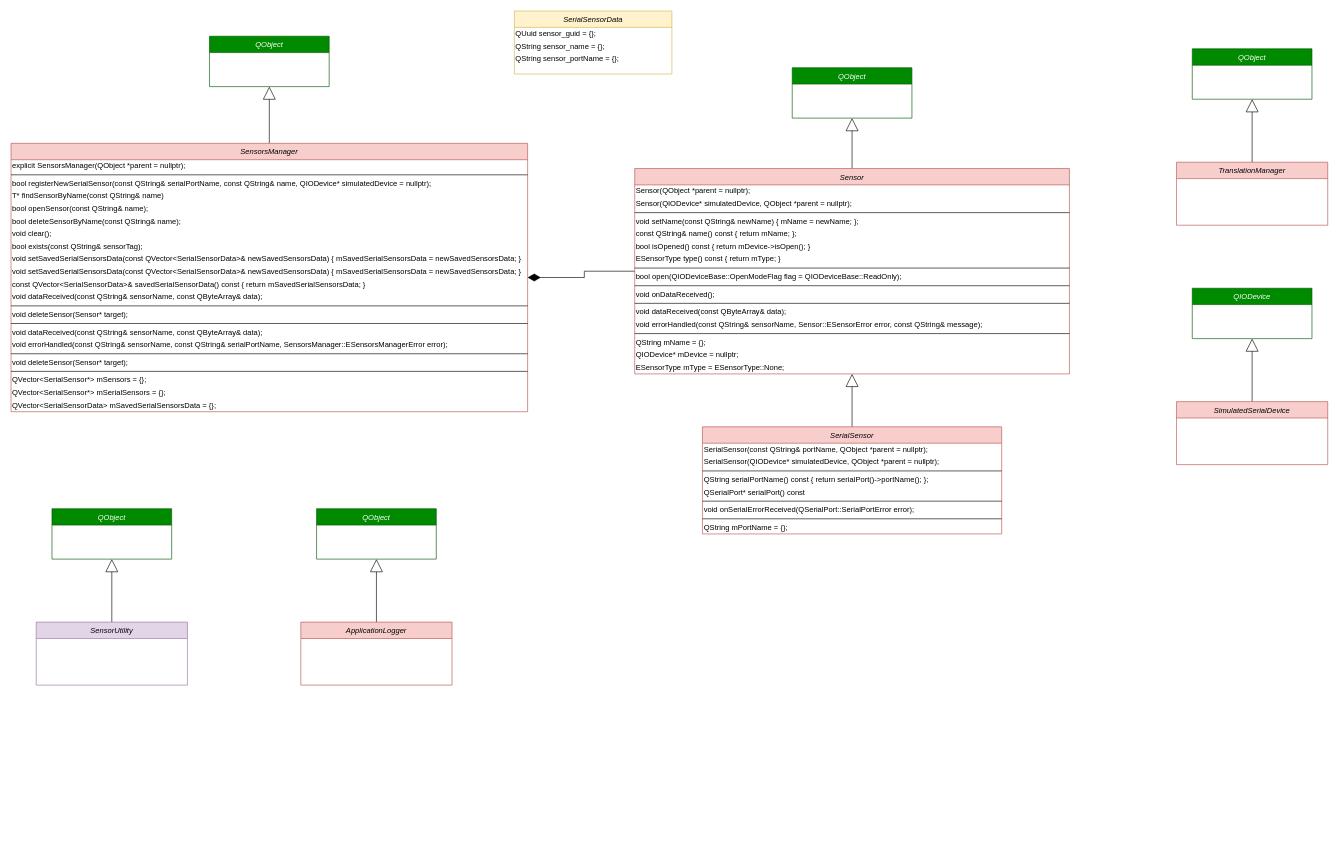
Earlier version of the draw.io diagram Doc/UML/Back.drawio (Unreal34/SensorMonitor). Source tidied: cells renumbered, new cells numbered last; positions are measured from the earlier drawing's top-left corner, leaving out a move shared by most shapes. Both pictures are drawn from the tidied source at 63%, with x=0, y=0 at pixel (11, 11).
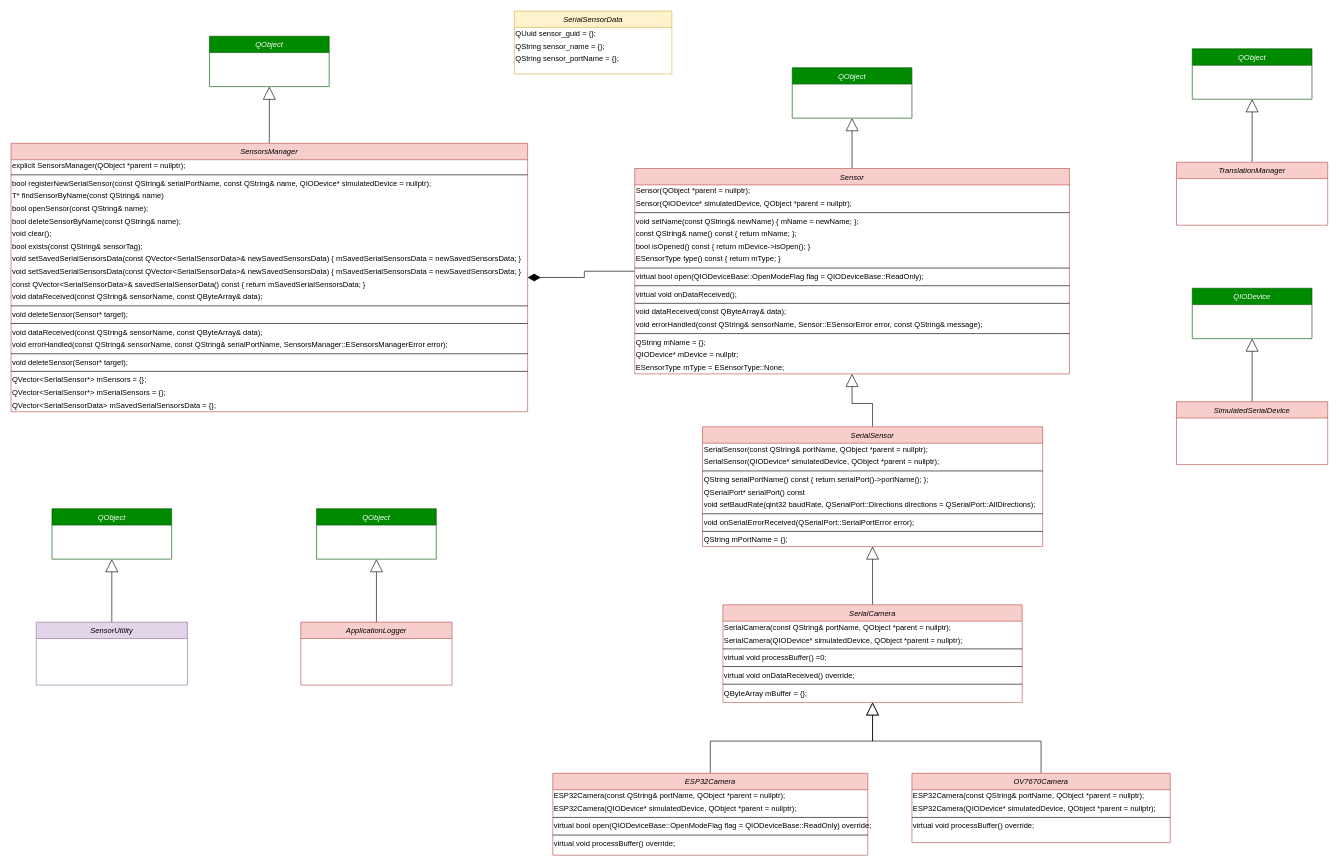
The same page after the edit.

Commit message (it also covers changes not shown here):
Fixed reset bug on ESP32Camera.

Unchanged cells that the change refers to:
```xml
<mxCell id="46" value="Sensor" style="swimlane;fontStyle=2;align=center;verticalAlign=top;horizontal=1;startSize=26;rounded=0;shadow=0;strokeWidth=1;fillColor=#f8cecc;strokeColor=#b85450;" parent="1" vertex="1">
  <mxGeometry x="990" y="250" width="690" height="326" as="geometry" />
</mxCell>
```

What changed in the source:
```diff
@@
-    <mxCell id="55" value="bool open(QIODeviceBase::OpenModeFlag flag = QIODeviceBase::ReadOnly);" style="text;html=1;align=left;verticalAlign=middle;strokeColor=none;fillColor=none;" parent="46" vertex="1">
+    <mxCell id="55" value="virtual bool open(QIODeviceBase::OpenModeFlag flag = QIODeviceBase::ReadOnly);" style="text;html=1;align=left;verticalAlign=middle;strokeColor=none;fillColor=none;" parent="46" vertex="1">
       <mxGeometry y="162" width="690" height="20" as="geometry" />
     </mxCell>
@@
-    <mxCell id="57" value="void onDataReceived();" style="text;html=1;align=left;verticalAlign=middle;strokeColor=none;fillColor=none;" parent="46" vertex="1">
+    <mxCell id="57" value="virtual void onDataReceived();" style="text;html=1;align=left;verticalAlign=middle;strokeColor=none;fillColor=none;" parent="46" vertex="1">
       <mxGeometry y="190" width="690" height="20" as="geometry" />
     </mxCell>
@@
     <mxCell id="67" value="SerialSensor" style="swimlane;fontStyle=2;align=center;verticalAlign=top;horizontal=1;startSize=26;rounded=0;shadow=0;strokeWidth=1;fillColor=#f8cecc;strokeColor=#b85450;" parent="1" vertex="1">
-      <mxGeometry x="1097.5" y="660" width="475" height="170" as="geometry" />
+      <mxGeometry x="1097.5" y="660" width="540" height="190" as="geometry" />
     </mxCell>
     <mxCell id="68" value="SerialSensor(const QString&amp;amp; portName, QObject *parent = nullptr);" style="text;html=1;align=left;verticalAlign=middle;strokeColor=none;fillColor=none;" parent="67" vertex="1">
-      <mxGeometry y="26" width="475" height="20" as="geometry" />
+      <mxGeometry y="26" width="540" height="20" as="geometry" />
     </mxCell>
     <mxCell id="69" value="SerialSensor(QIODevice* simulatedDevice, QObject *parent = nullptr);" style="text;html=1;align=left;verticalAlign=middle;strokeColor=none;fillColor=none;" parent="67" vertex="1">
-      <mxGeometry y="46" width="475" height="20" as="geometry" />
+      <mxGeometry y="46" width="540" height="20" as="geometry" />
     </mxCell>
     <mxCell id="70" style="line;html=1;strokeWidth=1;align=left;verticalAlign=middle;spacingTop=-1;spacingLeft=3;spacingRight=3;labelPosition=right;" parent="67" vertex="1">
-      <mxGeometry y="66" width="475" height="8" as="geometry" />
+      <mxGeometry y="66" width="540" height="8" as="geometry" />
     </mxCell>
     <mxCell id="71" value="QString serialPortName() const { return serialPort()-&amp;gt;portName(); };" style="text;html=1;align=left;verticalAlign=middle;strokeColor=none;fillColor=none;" parent="67" vertex="1">
-      <mxGeometry y="74" width="475" height="20" as="geometry" />
+      <mxGeometry y="74" width="540" height="20" as="geometry" />
     </mxCell>
     <mxCell id="72" value="QSerialPort* serialPort() const" style="text;html=1;align=left;verticalAlign=middle;strokeColor=none;fillColor=none;" parent="67" vertex="1">
-      <mxGeometry y="94" width="475" height="20" as="geometry" />
+      <mxGeometry y="94" width="540" height="20" as="geometry" />
     </mxCell>
+    <mxCell id="77" value="void setBaudRate(qint32 baudRate, QSerialPort::Directions directions = QSerialPort::AllDirections);" style="text;html=1;align=left;verticalAlign=middle;strokeColor=none;fillColor=none;" parent="67" vertex="1">
+      <mxGeometry y="114" width="540" height="20" as="geometry" />
+    </mxCell>
     <mxCell id="73" style="line;html=1;strokeWidth=1;align=left;verticalAlign=middle;spacingTop=-1;spacingLeft=3;spacingRight=3;labelPosition=right;" parent="67" vertex="1">
-      <mxGeometry y="114" width="475" height="8" as="geometry" />
+      <mxGeometry y="134" width="540" height="8" as="geometry" />
     </mxCell>
     <mxCell id="74" value="void onSerialErrorReceived(QSerialPort::SerialPortError error);" style="text;html=1;align=left;verticalAlign=middle;strokeColor=none;fillColor=none;" parent="67" vertex="1">
-      <mxGeometry y="122" width="475" height="20" as="geometry" />
+      <mxGeometry y="142" width="540" height="20" as="geometry" />
     </mxCell>
     <mxCell id="75" style="line;html=1;strokeWidth=1;align=left;verticalAlign=middle;spacingTop=-1;spacingLeft=3;spacingRight=3;labelPosition=right;" parent="67" vertex="1">
-      <mxGeometry y="142" width="475" height="8" as="geometry" />
+      <mxGeometry y="162" width="540" height="8" as="geometry" />
     </mxCell>
     <mxCell id="76" value="QString mPortName = {};" style="text;html=1;align=left;verticalAlign=middle;strokeColor=none;fillColor=none;" parent="67" vertex="1">
-      <mxGeometry y="150" width="475" height="20" as="geometry" />
+      <mxGeometry y="170" width="540" height="20" as="geometry" />
     </mxCell>
+    <mxCell id="78" style="edgeStyle=orthogonalEdgeStyle;rounded=0;jettySize=auto;html=1;endArrow=block;endFill=0;endSize=18;" parent="1" edge="1" source="79" target="67">
+      <mxGeometry relative="1" as="geometry" />
+    </mxCell>
+    <mxCell id="79" value="SerialCamera" style="swimlane;fontStyle=2;align=center;verticalAlign=top;horizontal=1;startSize=26;rounded=0;shadow=0;strokeWidth=1;fillColor=#f8cecc;strokeColor=#b85450;" parent="1" vertex="1">
+      <mxGeometry x="1130" y="942.5" width="475" height="155" as="geometry" />
+    </mxCell>
+    <mxCell id="80" value="SerialCamera(const QString&amp;amp; portName, QObject *parent = nullptr);" style="text;html=1;align=left;verticalAlign=middle;strokeColor=none;fillColor=none;" parent="79" vertex="1">
+      <mxGeometry y="26" width="475" height="20" as="geometry" />
+    </mxCell>
+    <mxCell id="81" value="SerialCamera(QIODevice* simulatedDevice, QObject *parent = nullptr);" style="text;html=1;align=left;verticalAlign=middle;strokeColor=none;fillColor=none;" parent="79" vertex="1">
+      <mxGeometry y="46" width="475" height="20" as="geometry" />
+    </mxCell>
+    <mxCell id="82" style="line;html=1;strokeWidth=1;align=left;verticalAlign=middle;spacingTop=-1;spacingLeft=3;spacingRight=3;labelPosition=right;" parent="79" vertex="1">
+      <mxGeometry y="66" width="475" height="8" as="geometry" />
+    </mxCell>
+    <mxCell id="83" value="virtual void processBuffer() =0;" style="text;html=1;align=left;verticalAlign=middle;strokeColor=none;fillColor=none;" parent="79" vertex="1">
+      <mxGeometry y="74" width="475" height="20" as="geometry" />
+    </mxCell>
+    <mxCell id="84" style="line;html=1;strokeWidth=1;align=left;verticalAlign=middle;spacingTop=-1;spacingLeft=3;spacingRight=3;labelPosition=right;" parent="79" vertex="1">
+      <mxGeometry y="94" width="475" height="8" as="geometry" />
+    </mxCell>
+    <mxCell id="85" value="virtual void onDataReceived() override;" style="text;html=1;align=left;verticalAlign=middle;strokeColor=none;fillColor=none;" parent="79" vertex="1">
+      <mxGeometry y="102" width="475" height="20" as="geometry" />
+    </mxCell>
+    <mxCell id="86" style="line;html=1;strokeWidth=1;align=left;verticalAlign=middle;spacingTop=-1;spacingLeft=3;spacingRight=3;labelPosition=right;" parent="79" vertex="1">
+      <mxGeometry y="122" width="475" height="8" as="geometry" />
+    </mxCell>
+    <mxCell id="87" value="QByteArray mBuffer = {};" style="text;html=1;align=left;verticalAlign=middle;strokeColor=none;fillColor=none;" parent="79" vertex="1">
+      <mxGeometry y="130" width="475" height="20" as="geometry" />
+    </mxCell>
+    <mxCell id="88" style="edgeStyle=orthogonalEdgeStyle;rounded=0;jettySize=auto;html=1;endArrow=block;endFill=0;endSize=18;" parent="1" edge="1" source="89" target="79">
+      <mxGeometry relative="1" as="geometry" />
+    </mxCell>
+    <mxCell id="89" value="ESP32Camera" style="swimlane;fontStyle=2;align=center;verticalAlign=top;horizontal=1;startSize=26;rounded=0;shadow=0;strokeWidth=1;fillColor=#f8cecc;strokeColor=#b85450;" parent="1" vertex="1">
+      <mxGeometry x="860" y="1210" width="500" height="130" as="geometry" />
+    </mxCell>
+    <mxCell id="90" value="ESP32Camera(const QString&amp;amp; portName, QObject *parent = nullptr);" style="text;html=1;align=left;verticalAlign=middle;strokeColor=none;fillColor=none;" parent="89" vertex="1">
+      <mxGeometry y="26" width="500" height="20" as="geometry" />
+    </mxCell>
+    <mxCell id="91" value="ESP32Camera(QIODevice* simulatedDevice, QObject *parent = nullptr);" style="text;html=1;align=left;verticalAlign=middle;strokeColor=none;fillColor=none;" parent="89" vertex="1">
+      <mxGeometry y="46" width="500" height="20" as="geometry" />
+    </mxCell>
+    <mxCell id="92" style="line;html=1;strokeWidth=1;align=left;verticalAlign=middle;spacingTop=-1;spacingLeft=3;spacingRight=3;labelPosition=right;" parent="89" vertex="1">
+      <mxGeometry y="66" width="500" height="8" as="geometry" />
+    </mxCell>
+    <mxCell id="93" value="virtual bool open(QIODeviceBase::OpenModeFlag flag = QIODeviceBase::ReadOnly) override;" style="text;html=1;align=left;verticalAlign=middle;strokeColor=none;fillColor=none;" parent="89" vertex="1">
+      <mxGeometry y="74" width="500" height="20" as="geometry" />
+    </mxCell>
+    <mxCell id="94" style="line;html=1;strokeWidth=1;align=left;verticalAlign=middle;spacingTop=-1;spacingLeft=3;spacingRight=3;labelPosition=right;" parent="89" vertex="1">
+      <mxGeometry y="94" width="500" height="8" as="geometry" />
+    </mxCell>
+    <mxCell id="95" value="virtual void processBuffer() override;" style="text;html=1;align=left;verticalAlign=middle;strokeColor=none;fillColor=none;" parent="89" vertex="1">
+      <mxGeometry y="102" width="500" height="20" as="geometry" />
+    </mxCell>
+    <mxCell id="96" style="edgeStyle=orthogonalEdgeStyle;rounded=0;jettySize=auto;html=1;endArrow=block;endFill=0;endSize=18;" parent="1" edge="1" source="97" target="79">
+      <mxGeometry relative="1" as="geometry" />
+    </mxCell>
+    <mxCell id="97" value="OV7670Camera" style="swimlane;fontStyle=2;align=center;verticalAlign=top;horizontal=1;startSize=26;rounded=0;shadow=0;strokeWidth=1;fillColor=#f8cecc;strokeColor=#b85450;" parent="1" vertex="1">
+      <mxGeometry x="1430" y="1210" width="410" height="110" as="geometry" />
+    </mxCell>
+    <mxCell id="98" value="ESP32Camera(const QString&amp;amp; portName, QObject *parent = nullptr);" style="text;html=1;align=left;verticalAlign=middle;strokeColor=none;fillColor=none;" parent="97" vertex="1">
+      <mxGeometry y="26" width="410" height="20" as="geometry" />
+    </mxCell>
+    <mxCell id="99" value="ESP32Camera(QIODevice* simulatedDevice, QObject *parent = nullptr);" style="text;html=1;align=left;verticalAlign=middle;strokeColor=none;fillColor=none;" parent="97" vertex="1">
+      <mxGeometry y="46" width="410" height="20" as="geometry" />
+    </mxCell>
+    <mxCell id="100" style="line;html=1;strokeWidth=1;align=left;verticalAlign=middle;spacingTop=-1;spacingLeft=3;spacingRight=3;labelPosition=right;" parent="97" vertex="1">
+      <mxGeometry y="66" width="410" height="8" as="geometry" />
+    </mxCell>
+    <mxCell id="101" value="virtual void processBuffer() override;" style="text;html=1;align=left;verticalAlign=middle;strokeColor=none;fillColor=none;" parent="97" vertex="1">
+      <mxGeometry y="74" width="410" height="20" as="geometry" />
+    </mxCell>
```
